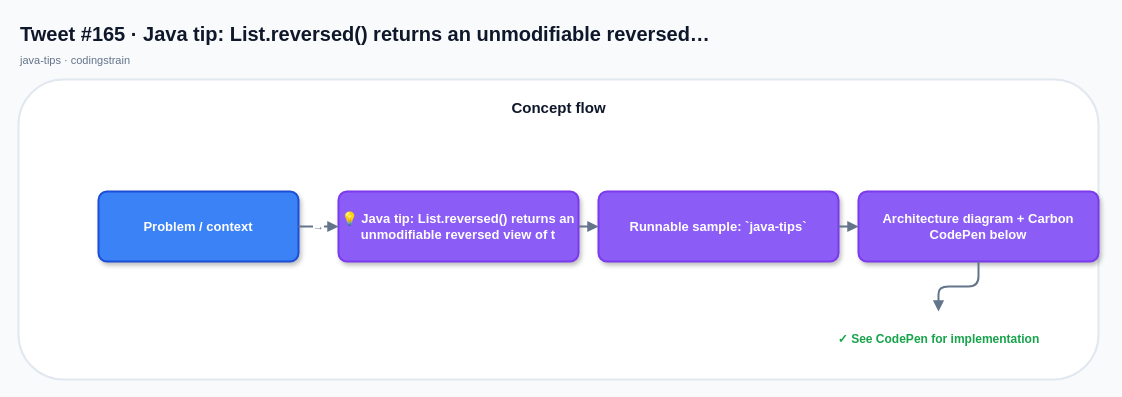
Before: x-posts-examples/generated-x-posts/java-posts/drawio/tweet-165.drawio in mcasari/codingstrain, a draw.io diagram. Source tidied: cells renumbered, new cells numbered last; positions are measured from the earlier drawing's top-left corner, leaving out a move shared by most shapes. Both pictures are drawn from the tidied source at 100%, with x=0, y=0 at pixel (18, 17).
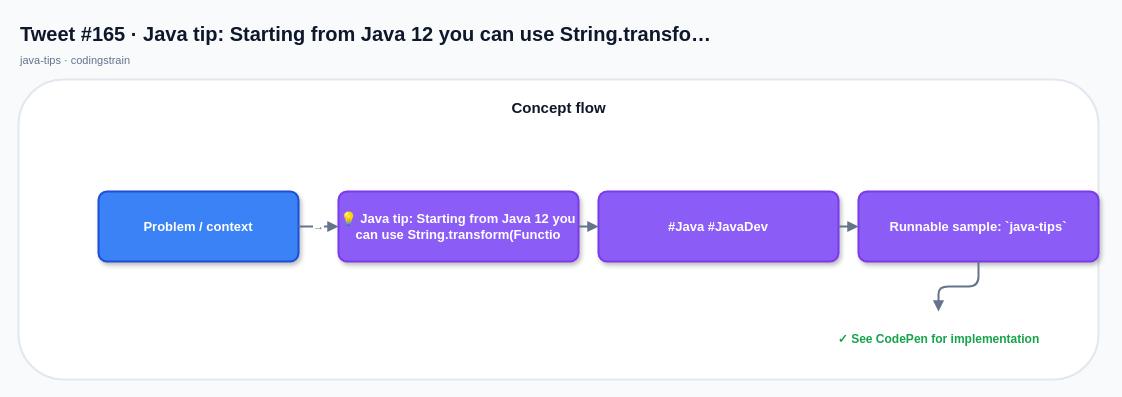
The same page after the edit.

Change to the diagram source:
```diff
@@
 <mxGraphModel background="#F8FAFC">
   <root>
     <mxCell id="0" />
     <mxCell id="1" parent="0" />
-    <mxCell id="2" value="Tweet #165 · Java tip: List.reversed() returns an unmodifiable reversed…" style="text;html=1;strokeColor=none;fillColor=none;align=left;verticalAlign=middle;fontSize=20;fontStyle=1;fontColor=#0F172A;" parent="1" vertex="1">
+    <mxCell id="2" value="Tweet #165 · Java tip: Starting from Java 12 you can use String.transfo…" style="text;html=1;strokeColor=none;fillColor=none;align=left;verticalAlign=middle;fontSize=20;fontStyle=1;fontColor=#0F172A;" parent="1" vertex="1">
       <mxGeometry width="760" height="32" as="geometry" />
     </mxCell>
     <mxCell id="3" value="java-tips · codingstrain" style="text;html=1;strokeColor=none;fillColor=none;align=left;verticalAlign=middle;fontSize=11;fontStyle=0;fontColor=#64748B;" parent="1" vertex="1">
       <mxGeometry y="32" width="520" height="22" as="geometry" />
     </mxCell>
     <mxCell id="4" style="rounded=1;fillColor=#FFFFFF;strokeColor=#E2E8F0;strokeWidth=2;shadow=0;" parent="1" vertex="1">
       <mxGeometry y="62" width="1080" height="300" as="geometry" />
     </mxCell>
     <mxCell id="5" value="Concept flow" style="text;html=1;strokeColor=none;fillColor=none;align=center;verticalAlign=middle;fontSize=15;fontStyle=1;fontColor=#0F172A;" parent="1" vertex="1">
       <mxGeometry x="20" y="76" width="1040" height="28" as="geometry" />
     </mxCell>
     <mxCell id="6" value="Problem / context" style="rounded=1;whiteSpace=wrap;html=1;arcSize=12;fillColor=#3B82F6;strokeColor=#1D4ED8;strokeWidth=2;fontColor=#FFFFFF;fontSize=13;fontStyle=1;shadow=1;align=center;verticalAlign=middle;" parent="1" vertex="1">
       <mxGeometry x="80" y="174" width="200" height="70" as="geometry" />
     </mxCell>
-    <mxCell id="7" value="💡 Java tip: List.reversed() returns an unmodifiable reversed view of t" style="rounded=1;whiteSpace=wrap;html=1;arcSize=12;fillColor=#8B5CF6;strokeColor=#7C3AED;strokeWidth=2;fontColor=#FFFFFF;fontSize=13;fontStyle=1;shadow=1;align=center;verticalAlign=middle;" parent="1" vertex="1">
+    <mxCell id="7" value="💡 Java tip: Starting from Java 12 you can use String.transform(Functio" style="rounded=1;whiteSpace=wrap;html=1;arcSize=12;fillColor=#8B5CF6;strokeColor=#7C3AED;strokeWidth=2;fontColor=#FFFFFF;fontSize=13;fontStyle=1;shadow=1;align=center;verticalAlign=middle;" parent="1" vertex="1">
       <mxGeometry x="320" y="174" width="240" height="70" as="geometry" />
     </mxCell>
     <mxCell id="8" value="→" style="edgeStyle=orthogonalEdgeStyle;rounded=1;jettySize=auto;html=1;endArrow=block;endFill=1;startArrow=none;strokeColor=#64748B;strokeWidth=2;fontColor=#64748B;fontSize=11;" parent="1" edge="1" source="6" target="7">
       <mxGeometry relative="1" as="geometry" />
     </mxCell>
-    <mxCell id="9" value="Runnable sample: `java-tips`" style="rounded=1;whiteSpace=wrap;html=1;arcSize=12;fillColor=#8B5CF6;strokeColor=#7C3AED;strokeWidth=2;fontColor=#FFFFFF;fontSize=13;fontStyle=1;shadow=1;align=center;verticalAlign=middle;" parent="1" vertex="1">
+    <mxCell id="9" value="#Java #JavaDev" style="rounded=1;whiteSpace=wrap;html=1;arcSize=12;fillColor=#8B5CF6;strokeColor=#7C3AED;strokeWidth=2;fontColor=#FFFFFF;fontSize=13;fontStyle=1;shadow=1;align=center;verticalAlign=middle;" parent="1" vertex="1">
       <mxGeometry x="580" y="174" width="240" height="70" as="geometry" />
     </mxCell>
     <mxCell id="10" style="edgeStyle=orthogonalEdgeStyle;rounded=1;jettySize=auto;html=1;endArrow=block;endFill=1;startArrow=none;strokeColor=#64748B;strokeWidth=2;fontColor=#64748B;fontSize=11;" parent="1" edge="1" source="7" target="9">
       <mxGeometry relative="1" as="geometry" />
     </mxCell>
-    <mxCell id="11" value="Architecture diagram + Carbon CodePen below" style="rounded=1;whiteSpace=wrap;html=1;arcSize=12;fillColor=#8B5CF6;strokeColor=#7C3AED;strokeWidth=2;fontColor=#FFFFFF;fontSize=13;fontStyle=1;shadow=1;align=center;verticalAlign=middle;" parent="1" vertex="1">
+    <mxCell id="11" value="Runnable sample: `java-tips`" style="rounded=1;whiteSpace=wrap;html=1;arcSize=12;fillColor=#8B5CF6;strokeColor=#7C3AED;strokeWidth=2;fontColor=#FFFFFF;fontSize=13;fontStyle=1;shadow=1;align=center;verticalAlign=middle;" parent="1" vertex="1">
       <mxGeometry x="840" y="174" width="240" height="70" as="geometry" />
     </mxCell>
     <mxCell id="12" style="edgeStyle=orthogonalEdgeStyle;rounded=1;jettySize=auto;html=1;endArrow=block;endFill=1;startArrow=none;strokeColor=#64748B;strokeWidth=2;fontColor=#64748B;fontSize=11;" parent="1" edge="1" source="9" target="11">
       <mxGeometry relative="1" as="geometry" />
     </mxCell>
     <mxCell id="13" value="✓ See CodePen for implementation" style="text;html=1;strokeColor=none;fillColor=none;align=center;verticalAlign=middle;fontSize=12;fontStyle=1;fontColor=#16A34A;" parent="1" vertex="1">
       <mxGeometry x="800" y="294" width="240" height="56" as="geometry" />
     </mxCell>
     <mxCell id="14" style="edgeStyle=orthogonalEdgeStyle;rounded=1;jettySize=auto;html=1;endArrow=block;endFill=1;startArrow=none;strokeColor=#64748B;strokeWidth=2;fontColor=#64748B;fontSize=11;" parent="1" edge="1" source="11" target="13">
       <mxGeometry relative="1" as="geometry" />
     </mxCell>
   </root>
 </mxGraphModel>
```
